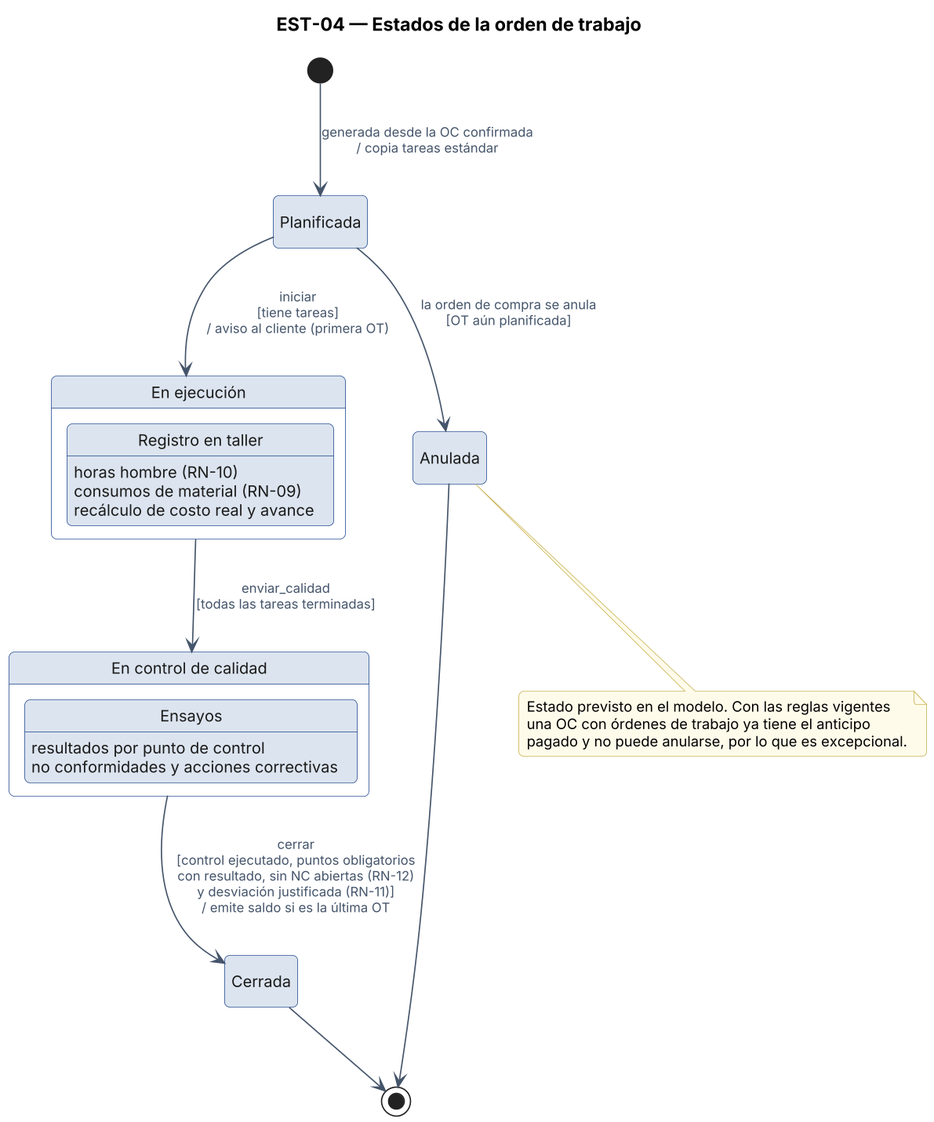
Earlier version of the PlantUML export Fase 2/Evidencias Proyecto/Evidencias de documentación/3. Análisis y diseño/SITRAFO_Diagramas_Arquitectura/Diagramas de arquitectura y comportamiento/EST-04_Orden_trabajo.png (benjamindelgado-dev/SITRAFO).
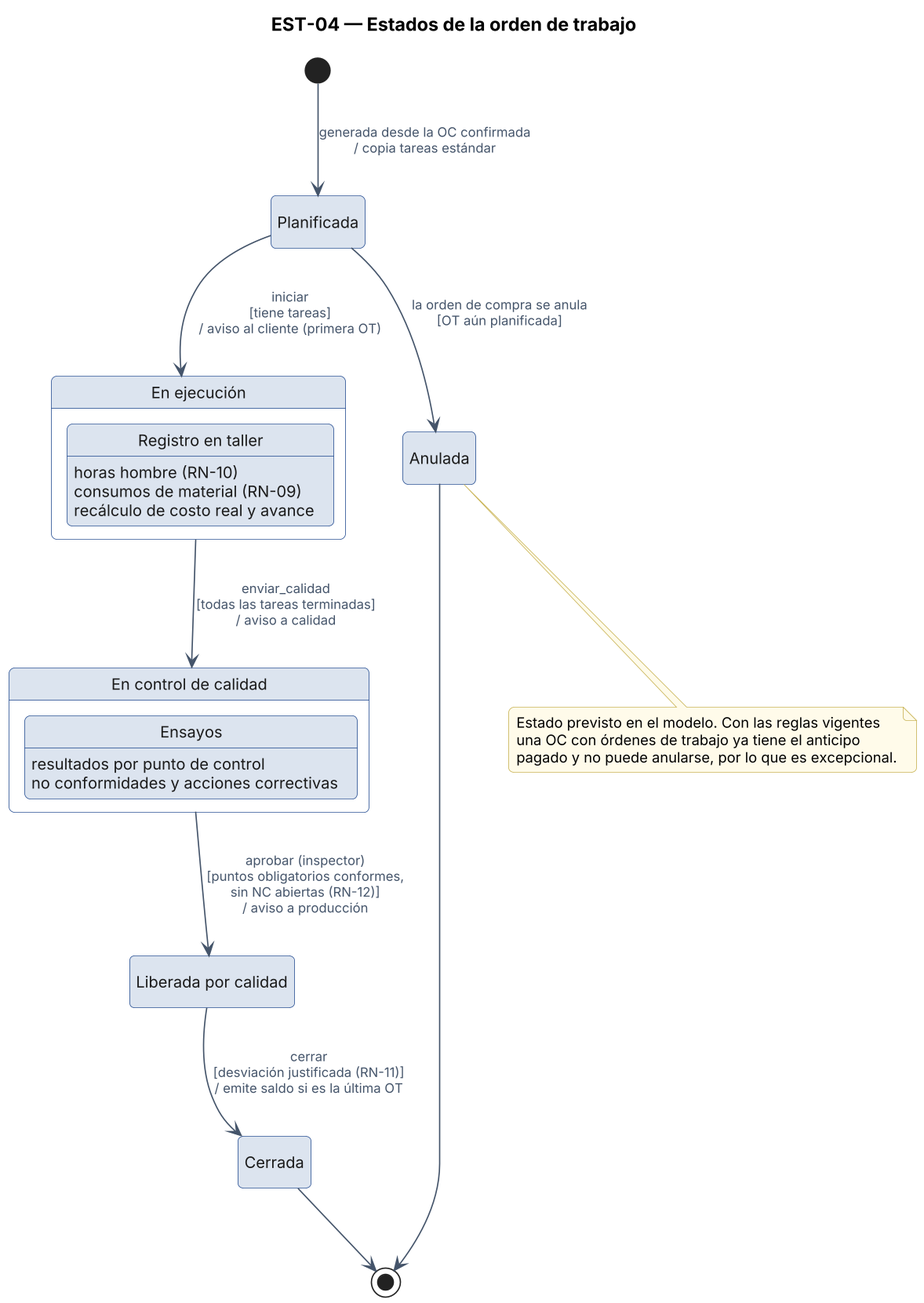
After the commit.

Change to the diagram source:
```diff
@@ -15,13 +15,15 @@
   ensayos : resultados por punto de control
   ensayos : no conformidades y acciones correctivas
 }
+state "Liberada por calidad" as liberada
 state "Cerrada" as cerrada
 state "Anulada" as anulada
 
 [*] --> planificada : generada desde la OC confirmada\n/ copia tareas estándar
 planificada --> en_ejecucion : iniciar\n[tiene tareas]\n/ aviso al cliente (primera OT)
-en_ejecucion --> en_calidad : enviar_calidad\n[todas las tareas terminadas]
-en_calidad --> cerrada : cerrar\n[control ejecutado, puntos obligatorios\ncon resultado, sin NC abiertas (RN-12)\ny desviación justificada (RN-11)]\n/ emite saldo si es la última OT
+en_ejecucion --> en_calidad : enviar_calidad\n[todas las tareas terminadas]\n/ aviso a calidad
+en_calidad --> liberada : aprobar (inspector)\n[puntos obligatorios conformes,\nsin NC abiertas (RN-12)]\n/ aviso a producción
+liberada --> cerrada : cerrar\n[desviación justificada (RN-11)]\n/ emite saldo si es la última OT
 planificada --> anulada : la orden de compra se anula\n[OT aún planificada]
 note bottom of anulada
   Estado previsto en el modelo. Con las reglas vigentes
```
